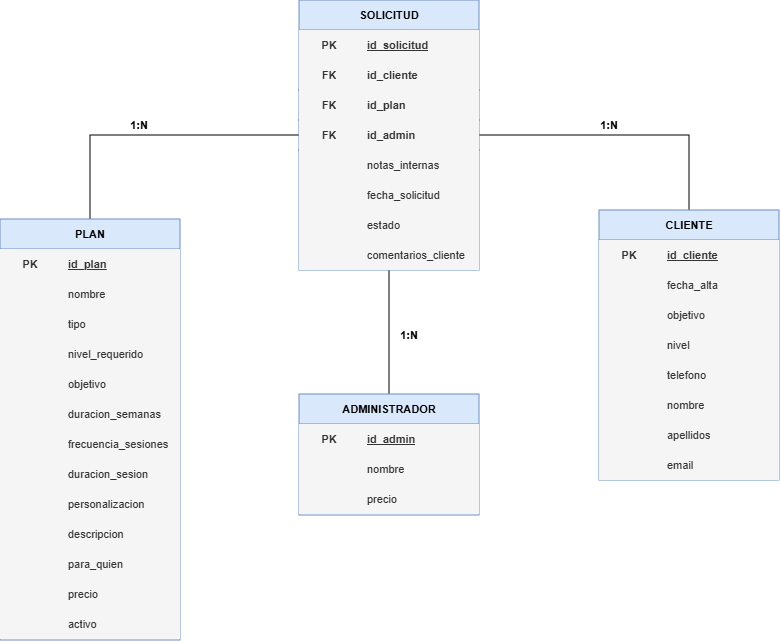
Jbergo/nextrep-training keeps this draw.io diagram as diagrams/modelo_relacional.png. Above is the earlier version. Source tidied: cells renumbered, new cells last; positions are measured from the earlier drawing's top-left corner, leaving out a move shared by most shapes.
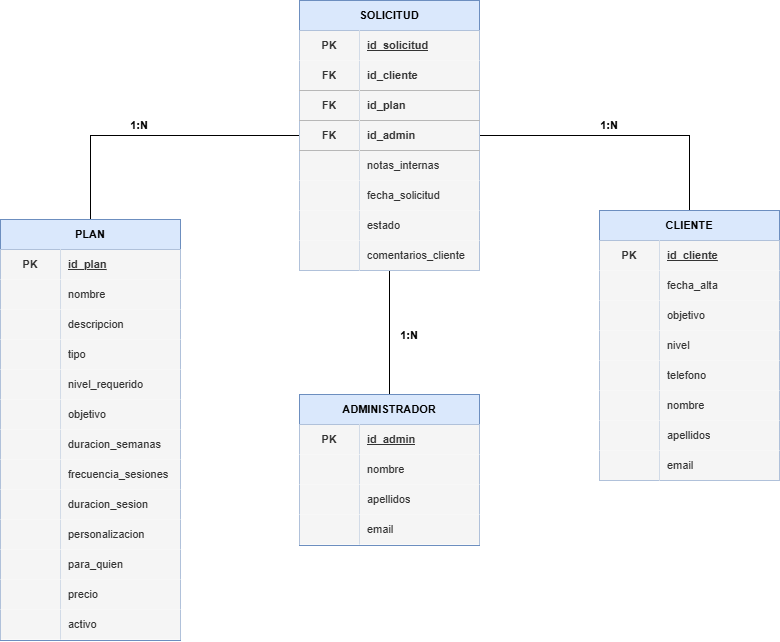
The same diagram one commit later.

Change to the diagram source:
```diff
@@ -185,8 +185,17 @@
     <mxCell id="62" value="nombre" style="shape=partialRectangle;fillColor=#f5f5f5;top=0;left=0;bottom=0;right=0;align=left;spacingLeft=6;overflow=hidden;html=1;whiteSpace=wrap;fontFamily=Helvetica;fontSize=11;fontColor=#333333;labelBackgroundColor=none;strokeColor=#666666;labelBorderColor=none;" parent="60" vertex="1">
       <mxGeometry x="60" width="120" height="30" as="geometry" />
     </mxCell>
+    <mxCell id="84" style="shape=tableRow;horizontal=0;startSize=0;swimlaneHead=0;swimlaneBody=0;fillColor=none;top=0;left=0;right=0;bottom=0;html=1;fontFamily=Helvetica;fontSize=11;fontColor=default;labelBackgroundColor=default;" parent="56" vertex="1">
+      <mxGeometry y="90" width="180" height="30" as="geometry" />
+    </mxCell>
+    <mxCell id="85" style="shape=partialRectangle;fillColor=#f5f5f5;top=0;left=0;bottom=0;right=0;overflow=hidden;html=1;whiteSpace=wrap;fontFamily=Helvetica;fontSize=11;fontColor=#333333;labelBackgroundColor=none;strokeColor=#666666;labelBorderColor=none;" parent="84" vertex="1">
+      <mxGeometry width="60" height="30" as="geometry" />
+    </mxCell>
+    <mxCell id="86" value="descripcion" style="shape=partialRectangle;fillColor=#f5f5f5;top=0;left=0;bottom=0;right=0;align=left;spacingLeft=6;overflow=hidden;html=1;whiteSpace=wrap;fontFamily=Helvetica;fontSize=11;fontColor=#333333;labelBackgroundColor=none;strokeColor=#666666;labelBorderColor=none;" parent="84" vertex="1">
+      <mxGeometry x="60" width="120" height="30" as="geometry" />
+    </mxCell>
     <mxCell id="63" style="shape=tableRow;horizontal=0;startSize=0;swimlaneHead=0;swimlaneBody=0;fillColor=none;top=0;left=0;right=0;bottom=0;html=1;fontFamily=Helvetica;fontSize=11;fontColor=default;labelBackgroundColor=default;" parent="56" vertex="1">
-      <mxGeometry y="90" width="180" height="30" as="geometry" />
+      <mxGeometry y="120" width="180" height="30" as="geometry" />
     </mxCell>
     <mxCell id="64" style="shape=partialRectangle;fillColor=#f5f5f5;top=0;left=0;bottom=0;right=0;overflow=hidden;html=1;whiteSpace=wrap;fontFamily=Helvetica;fontSize=11;fontColor=#333333;labelBackgroundColor=none;strokeColor=#666666;labelBorderColor=none;" parent="63" vertex="1">
       <mxGeometry width="60" height="30" as="geometry" />
@@ -195,7 +204,7 @@
       <mxGeometry x="60" width="120" height="30" as="geometry" />
     </mxCell>
     <mxCell id="66" style="shape=tableRow;horizontal=0;startSize=0;swimlaneHead=0;swimlaneBody=0;fillColor=none;top=0;left=0;right=0;bottom=0;html=1;fontFamily=Helvetica;fontSize=11;fontColor=default;labelBackgroundColor=default;" parent="56" vertex="1">
-      <mxGeometry y="120" width="180" height="30" as="geometry" />
+      <mxGeometry y="150" width="180" height="30" as="geometry" />
     </mxCell>
     <mxCell id="67" style="shape=partialRectangle;fillColor=#f5f5f5;top=0;left=0;bottom=0;right=0;overflow=hidden;html=1;whiteSpace=wrap;fontFamily=Helvetica;fontSize=11;fontColor=#333333;labelBackgroundColor=none;strokeColor=#666666;labelBorderColor=none;" parent="66" vertex="1">
       <mxGeometry width="60" height="30" as="geometry" />
@@ -204,7 +213,7 @@
       <mxGeometry x="60" width="120" height="30" as="geometry" />
     </mxCell>
     <mxCell id="69" style="shape=tableRow;horizontal=0;startSize=0;swimlaneHead=0;swimlaneBody=0;fillColor=none;top=0;left=0;right=0;bottom=0;html=1;fontFamily=Helvetica;fontSize=11;fontColor=default;labelBackgroundColor=default;" parent="56" vertex="1">
-      <mxGeometry y="150" width="180" height="30" as="geometry" />
+      <mxGeometry y="180" width="180" height="30" as="geometry" />
     </mxCell>
     <mxCell id="70" style="shape=partialRectangle;fillColor=#f5f5f5;top=0;left=0;bottom=0;right=0;overflow=hidden;html=1;whiteSpace=wrap;fontFamily=Helvetica;fontSize=11;fontColor=#333333;labelBackgroundColor=none;strokeColor=#666666;labelBorderColor=none;" parent="69" vertex="1">
       <mxGeometry width="60" height="30" as="geometry" />
@@ -213,7 +222,7 @@
       <mxGeometry x="60" width="120" height="30" as="geometry" />
     </mxCell>
     <mxCell id="72" style="shape=tableRow;horizontal=0;startSize=0;swimlaneHead=0;swimlaneBody=0;fillColor=none;top=0;left=0;right=0;bottom=0;html=1;fontFamily=Helvetica;fontSize=11;fontColor=default;labelBackgroundColor=default;" parent="56" vertex="1">
-      <mxGeometry y="180" width="180" height="30" as="geometry" />
+      <mxGeometry y="210" width="180" height="30" as="geometry" />
     </mxCell>
     <mxCell id="73" style="shape=partialRectangle;fillColor=#f5f5f5;top=0;left=0;bottom=0;right=0;overflow=hidden;html=1;whiteSpace=wrap;fontFamily=Helvetica;fontSize=11;fontColor=#333333;labelBackgroundColor=none;strokeColor=#666666;labelBorderColor=none;" parent="72" vertex="1">
       <mxGeometry width="60" height="30" as="geometry" />
@@ -222,7 +231,7 @@
       <mxGeometry x="60" width="120" height="30" as="geometry" />
     </mxCell>
     <mxCell id="75" style="shape=tableRow;horizontal=0;startSize=0;swimlaneHead=0;swimlaneBody=0;fillColor=none;top=0;left=0;right=0;bottom=0;html=1;fontFamily=Helvetica;fontSize=11;fontColor=default;labelBackgroundColor=default;" parent="56" vertex="1">
-      <mxGeometry y="210" width="180" height="30" as="geometry" />
+      <mxGeometry y="240" width="180" height="30" as="geometry" />
     </mxCell>
     <mxCell id="76" style="shape=partialRectangle;fillColor=#f5f5f5;top=0;left=0;bottom=0;right=0;overflow=hidden;html=1;whiteSpace=wrap;fontFamily=Helvetica;fontSize=11;fontColor=#333333;labelBackgroundColor=none;strokeColor=#666666;labelBorderColor=none;" parent="75" vertex="1">
       <mxGeometry width="60" height="30" as="geometry" />
@@ -231,7 +240,7 @@
       <mxGeometry x="60" width="120" height="30" as="geometry" />
     </mxCell>
     <mxCell id="78" style="shape=tableRow;horizontal=0;startSize=0;swimlaneHead=0;swimlaneBody=0;fillColor=none;top=0;left=0;right=0;bottom=0;html=1;fontFamily=Helvetica;fontSize=11;fontColor=default;labelBackgroundColor=default;" parent="56" vertex="1">
-      <mxGeometry y="240" width="180" height="30" as="geometry" />
+      <mxGeometry y="270" width="180" height="30" as="geometry" />
     </mxCell>
     <mxCell id="79" style="shape=partialRectangle;fillColor=#f5f5f5;top=0;left=0;bottom=0;right=0;overflow=hidden;html=1;whiteSpace=wrap;fontFamily=Helvetica;fontSize=11;fontColor=#333333;labelBackgroundColor=none;strokeColor=#666666;labelBorderColor=none;" parent="78" vertex="1">
       <mxGeometry width="60" height="30" as="geometry" />
@@ -240,7 +249,7 @@
       <mxGeometry x="60" width="120" height="30" as="geometry" />
     </mxCell>
     <mxCell id="81" style="shape=tableRow;horizontal=0;startSize=0;swimlaneHead=0;swimlaneBody=0;fillColor=none;top=0;left=0;right=0;bottom=0;html=1;fontFamily=Helvetica;fontSize=11;fontColor=default;labelBackgroundColor=default;" parent="56" vertex="1">
-      <mxGeometry y="270" width="180" height="30" as="geometry" />
+      <mxGeometry y="300" width="180" height="30" as="geometry" />
     </mxCell>
     <mxCell id="82" style="shape=partialRectangle;fillColor=#f5f5f5;top=0;left=0;bottom=0;right=0;overflow=hidden;html=1;whiteSpace=wrap;fontFamily=Helvetica;fontSize=11;fontColor=#333333;labelBackgroundColor=none;strokeColor=#666666;labelBorderColor=none;" parent="81" vertex="1">
       <mxGeometry width="60" height="30" as="geometry" />
@@ -248,15 +257,6 @@
     <mxCell id="83" value="personalizacion" style="shape=partialRectangle;fillColor=#f5f5f5;top=0;left=0;bottom=0;right=0;align=left;spacingLeft=6;overflow=hidden;html=1;whiteSpace=wrap;fontFamily=Helvetica;fontSize=11;fontColor=#333333;labelBackgroundColor=none;strokeColor=#666666;labelBorderColor=none;" parent="81" vertex="1">
       <mxGeometry x="60" width="120" height="30" as="geometry" />
     </mxCell>
-    <mxCell id="84" style="shape=tableRow;horizontal=0;startSize=0;swimlaneHead=0;swimlaneBody=0;fillColor=none;top=0;left=0;right=0;bottom=0;html=1;fontFamily=Helvetica;fontSize=11;fontColor=default;labelBackgroundColor=default;" parent="56" vertex="1">
-      <mxGeometry y="300" width="180" height="30" as="geometry" />
-    </mxCell>
-    <mxCell id="85" style="shape=partialRectangle;fillColor=#f5f5f5;top=0;left=0;bottom=0;right=0;overflow=hidden;html=1;whiteSpace=wrap;fontFamily=Helvetica;fontSize=11;fontColor=#333333;labelBackgroundColor=none;strokeColor=#666666;labelBorderColor=none;" parent="84" vertex="1">
-      <mxGeometry width="60" height="30" as="geometry" />
-    </mxCell>
-    <mxCell id="86" value="descripcion" style="shape=partialRectangle;fillColor=#f5f5f5;top=0;left=0;bottom=0;right=0;align=left;spacingLeft=6;overflow=hidden;html=1;whiteSpace=wrap;fontFamily=Helvetica;fontSize=11;fontColor=#333333;labelBackgroundColor=none;strokeColor=#666666;labelBorderColor=none;" parent="84" vertex="1">
-      <mxGeometry x="60" width="120" height="30" as="geometry" />
-    </mxCell>
     <mxCell id="87" style="shape=tableRow;horizontal=0;startSize=0;swimlaneHead=0;swimlaneBody=0;fillColor=none;top=0;left=0;right=0;bottom=0;html=1;fontFamily=Helvetica;fontSize=11;fontColor=default;labelBackgroundColor=default;" parent="56" vertex="1">
       <mxGeometry y="330" width="180" height="30" as="geometry" />
     </mxCell>
@@ -288,7 +288,7 @@
       <mxGeometry x="109" y="110" width="60" height="30" as="geometry" />
     </mxCell>
     <mxCell id="97" value="ADMINISTRADOR" style="shape=table;startSize=30;rowLines=0;fontStyle=1;align=center;html=1;whiteSpace=wrap;fontFamily=Helvetica;fontSize=11;labelBackgroundColor=none;fillColor=#dae8fc;strokeColor=#6c8ebf;" parent="1" vertex="1">
-      <mxGeometry x="299" y="394" width="180" height="121" as="geometry" />
+      <mxGeometry x="299" y="394" width="180" height="151" as="geometry" />
     </mxCell>
     <mxCell id="98" style="shape=tableRow;horizontal=0;startSize=0;swimlaneHead=0;swimlaneBody=0;fillColor=none;top=0;left=0;right=0;bottom=0;html=1;fontFamily=Helvetica;fontSize=11;fontColor=default;labelBackgroundColor=default;" parent="97" vertex="1">
       <mxGeometry y="30" width="180" height="30" as="geometry" />
@@ -314,9 +314,18 @@
     <mxCell id="105" style="shape=partialRectangle;fillColor=#f5f5f5;top=0;left=0;bottom=0;right=0;overflow=hidden;html=1;whiteSpace=wrap;fontFamily=Helvetica;fontSize=11;fontColor=#333333;labelBackgroundColor=none;strokeColor=#666666;labelBorderColor=none;" parent="104" vertex="1">
       <mxGeometry width="60" height="30" as="geometry" />
     </mxCell>
-    <mxCell id="106" value="precio" style="shape=partialRectangle;fillColor=#f5f5f5;top=0;left=0;bottom=0;right=0;align=left;spacingLeft=6;overflow=hidden;html=1;whiteSpace=wrap;fontFamily=Helvetica;fontSize=11;fontColor=#333333;labelBackgroundColor=none;strokeColor=#666666;labelBorderColor=none;" parent="104" vertex="1">
+    <mxCell id="106" value="apellidos" style="shape=partialRectangle;fillColor=#f5f5f5;top=0;left=0;bottom=0;right=0;align=left;spacingLeft=6;overflow=hidden;html=1;whiteSpace=wrap;fontFamily=Helvetica;fontSize=11;fontColor=#333333;labelBackgroundColor=none;strokeColor=#666666;labelBorderColor=none;" parent="104" vertex="1">
       <mxGeometry x="60" width="120" height="30" as="geometry" />
     </mxCell>
+    <mxCell id="108" style="shape=tableRow;horizontal=0;startSize=0;swimlaneHead=0;swimlaneBody=0;fillColor=none;top=0;left=0;right=0;bottom=0;html=1;fontFamily=Helvetica;fontSize=11;fontColor=default;labelBackgroundColor=default;" parent="97" vertex="1">
+      <mxGeometry y="120" width="180" height="30" as="geometry" />
+    </mxCell>
+    <mxCell id="109" style="shape=partialRectangle;fillColor=#f5f5f5;top=0;left=0;bottom=0;right=0;overflow=hidden;html=1;whiteSpace=wrap;fontFamily=Helvetica;fontSize=11;fontColor=#333333;labelBackgroundColor=none;strokeColor=#666666;labelBorderColor=none;" parent="108" vertex="1">
+      <mxGeometry width="60" height="30" as="geometry" />
+    </mxCell>
+    <mxCell id="110" value="email" style="shape=partialRectangle;fillColor=#f5f5f5;top=0;left=0;bottom=0;right=0;align=left;spacingLeft=6;overflow=hidden;html=1;whiteSpace=wrap;fontFamily=Helvetica;fontSize=11;fontColor=#333333;labelBackgroundColor=none;strokeColor=#666666;labelBorderColor=none;" parent="108" vertex="1">
+      <mxGeometry x="60" width="120" height="30" as="geometry" />
+    </mxCell>
     <mxCell id="107" value="&lt;b&gt;1:N&lt;/b&gt;" style="text;html=1;whiteSpace=wrap;strokeColor=none;fillColor=none;align=center;verticalAlign=middle;rounded=0;fontFamily=Helvetica;fontSize=11;fontColor=default;labelBackgroundColor=default;" parent="1" vertex="1">
       <mxGeometry x="379" y="320" width="60" height="30" as="geometry" />
     </mxCell>
```
